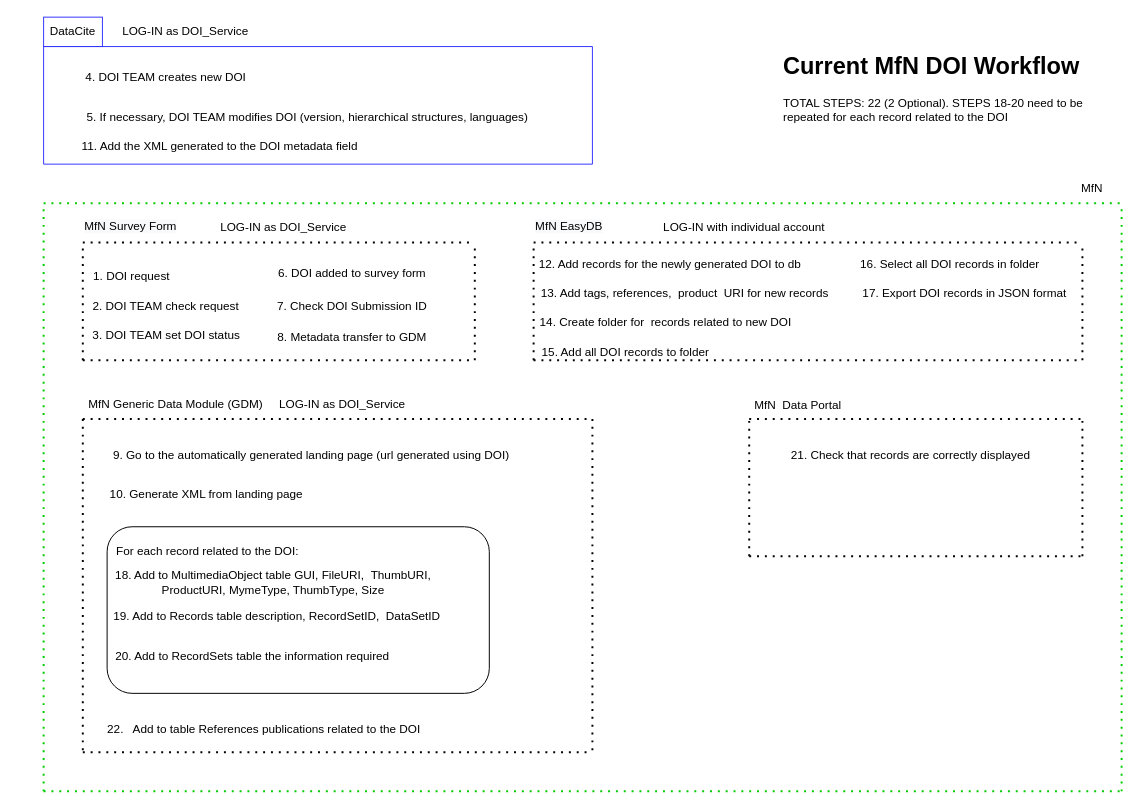
Earlier version of the draw.io diagram Untitled Diagram.drawio (GParolini/ruby_101). Source tidied: cells renumbered, new cells numbered last; positions are measured from the earlier drawing's top-left corner, leaving out a move shared by most shapes. Both pictures are drawn from the tidied source at 98%, with x=0, y=0 at pixel (43, 17).
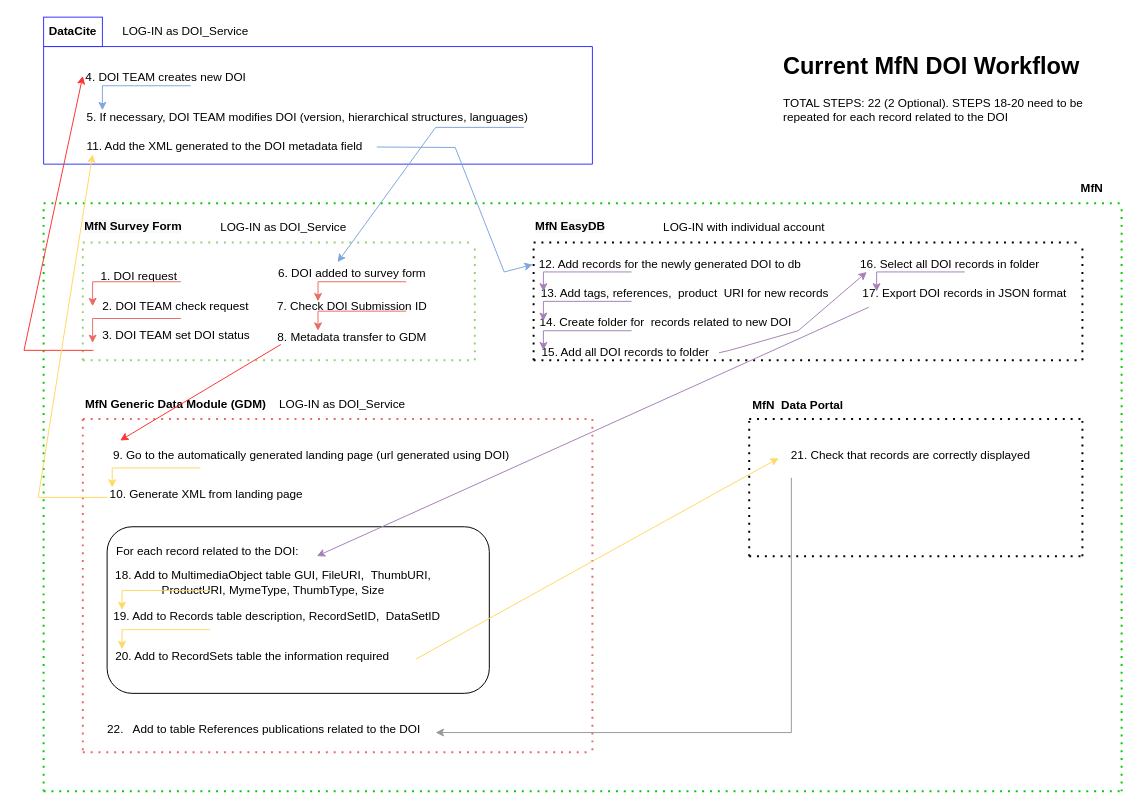
After the change.

The change refers to these unchanged cells:
```xml
<mxCell id="39" value="8. Metadata transfer to GDM" style="text;html=1;strokeColor=none;fillColor=none;align=center;verticalAlign=left;whiteSpace=wrap;rounded=0;" parent="1" vertex="1">
  <mxGeometry x="230" y="310" width="170" height="20" as="geometry" />
</mxCell>
<mxCell id="40" value="9. Go to the automatically generated landing page (url generated using DOI)&amp;nbsp;" style="text;html=1;strokeColor=none;fillColor=none;align=center;verticalAlign=left;whiteSpace=wrap;rounded=0;" parent="1" vertex="1">
  <mxGeometry x="60" y="430" width="430" height="20" as="geometry" />
</mxCell>
<mxCell id="43" value="12. Add records for the newly generated DOI to db" style="text;html=1;strokeColor=none;fillColor=none;align=center;verticalAlign=left;whiteSpace=wrap;rounded=0;" parent="1" vertex="1">
  <mxGeometry x="499" y="230" width="281" height="30" as="geometry" />
</mxCell>
<mxCell id="46" value="15. Add all DOI records to folder" style="text;html=1;strokeColor=none;fillColor=none;align=center;verticalAlign=left;whiteSpace=wrap;rounded=0;" parent="1" vertex="1">
  <mxGeometry x="499" y="320" width="190" height="30" as="geometry" />
</mxCell>
<mxCell id="48" value="17. Export DOI records in JSON format" style="text;html=1;strokeColor=none;fillColor=none;align=center;verticalAlign=left;whiteSpace=wrap;rounded=0;" parent="1" vertex="1">
  <mxGeometry x="800" y="260" width="280" height="30" as="geometry" />
</mxCell>
<mxCell id="51" value="18. Add to MultimediaObject table GUI, FileURI, &amp;nbsp;ThumbURI, ProductURI, MymeType, ThumbType, Size" style="text;html=1;strokeColor=none;fillColor=none;align=center;verticalAlign=left;whiteSpace=wrap;rounded=0;" parent="1" vertex="1">
  <mxGeometry x="40" y="550" width="389" height="40" as="geometry" />
</mxCell>
<mxCell id="53" value="20. Add to RecordSets table the information required&amp;nbsp;" style="text;html=1;strokeColor=none;fillColor=none;align=center;verticalAlign=left;whiteSpace=wrap;rounded=0;" parent="1" vertex="1">
  <mxGeometry x="50" y="625" width="330" height="40" as="geometry" />
</mxCell>
```

What changed in the source:
```diff
@@
-    <mxCell id="11" value="DataCite" style="text;html=1;strokeColor=#3333FF;fillColor=none;align=center;verticalAlign=middle;whiteSpace=wrap;rounded=0;" parent="1" vertex="1">
+    <mxCell id="11" value="&lt;b&gt;DataCite&lt;/b&gt;" style="text;html=1;strokeColor=#3333FF;fillColor=none;align=center;verticalAlign=middle;whiteSpace=wrap;rounded=0;" parent="1" vertex="1">
       <mxGeometry width="60" height="30" as="geometry" />
     </mxCell>
-    <mxCell id="12" value="MfN" style="text;html=1;strokeColor=none;fillColor=none;align=center;verticalAlign=middle;whiteSpace=wrap;rounded=0;" parent="1" vertex="1">
+    <mxCell id="12" value="&lt;b&gt;MfN&lt;/b&gt;" style="text;html=1;strokeColor=none;fillColor=none;align=center;verticalAlign=middle;whiteSpace=wrap;rounded=0;" parent="1" vertex="1">
       <mxGeometry x="1040" y="160" width="60" height="30" as="geometry" />
     </mxCell>
-    <mxCell id="13" style="endArrow=none;dashed=1;html=1;dashPattern=1 3;strokeWidth=2;rounded=0;" parent="1" edge="1">
+    <mxCell id="13" style="endArrow=none;dashed=1;html=1;dashPattern=1 3;strokeWidth=2;rounded=0;strokeColor=#97D077;" parent="1" edge="1">
       <mxGeometry relative="1" as="geometry">
         <mxPoint x="40" y="230" as="sourcePoint" />
         <mxPoint x="440" y="230" as="targetPoint" />
       </mxGeometry>
     </mxCell>
-    <mxCell id="14" style="endArrow=none;dashed=1;html=1;dashPattern=1 3;strokeWidth=2;rounded=0;" parent="1" edge="1">
+    <mxCell id="14" style="endArrow=none;dashed=1;html=1;dashPattern=1 3;strokeWidth=2;rounded=0;strokeColor=#97D077;" parent="1" edge="1">
       <mxGeometry relative="1" as="geometry">
         <mxPoint x="40" y="350" as="sourcePoint" />
         <mxPoint x="40" y="230" as="targetPoint" />
       </mxGeometry>
     </mxCell>
-    <mxCell id="15" style="endArrow=none;dashed=1;html=1;dashPattern=1 3;strokeWidth=2;rounded=0;" parent="1" edge="1">
+    <mxCell id="15" style="endArrow=none;dashed=1;html=1;dashPattern=1 3;strokeWidth=2;rounded=0;strokeColor=#97D077;" parent="1" edge="1">
       <mxGeometry relative="1" as="geometry">
         <mxPoint x="440" y="350" as="sourcePoint" />
         <mxPoint x="440" y="230" as="targetPoint" />
       </mxGeometry>
     </mxCell>
-    <mxCell id="16" style="endArrow=none;dashed=1;html=1;dashPattern=1 3;strokeWidth=2;rounded=0;" parent="1" edge="1">
+    <mxCell id="16" style="endArrow=none;dashed=1;html=1;dashPattern=1 3;strokeWidth=2;rounded=0;strokeColor=#97D077;" parent="1" edge="1">
       <mxGeometry relative="1" as="geometry">
         <mxPoint x="40" y="350" as="sourcePoint" />
         <mxPoint x="440" y="350" as="targetPoint" />
         <Array as="points">
           <mxPoint x="170" y="350" />
         </Array>
       </mxGeometry>
     </mxCell>
-    <mxCell id="17" value="&lt;span style=&quot;caret-color: rgb(0, 0, 0); color: rgb(0, 0, 0); font-family: Helvetica; font-size: 12px; font-style: normal; font-variant-caps: normal; font-weight: 400; letter-spacing: normal; text-align: center; text-indent: 0px; text-transform: none; word-spacing: 0px; -webkit-text-stroke-width: 0px; background-color: rgb(248, 249, 250); text-decoration: none; float: none; display: inline !important;&quot;&gt;MfN Survey Form&lt;/span&gt;" style="text;whiteSpace=wrap;html=1;" parent="1" vertex="1">
+    <mxCell id="17" value="&lt;span style=&quot;caret-color: rgb(0, 0, 0); color: rgb(0, 0, 0); font-family: Helvetica; font-size: 12px; font-style: normal; font-variant-caps: normal; letter-spacing: normal; text-align: center; text-indent: 0px; text-transform: none; word-spacing: 0px; -webkit-text-stroke-width: 0px; background-color: rgb(248, 249, 250); text-decoration: none; float: none; display: inline !important;&quot;&gt;&lt;b&gt;MfN Survey Form&lt;/b&gt;&lt;/span&gt;" style="text;whiteSpace=wrap;html=1;" parent="1" vertex="1">
       <mxGeometry x="40" y="200" width="130" height="40" as="geometry" />
     </mxCell>
-    <mxCell id="18" style="endArrow=none;dashed=1;html=1;dashPattern=1 3;strokeWidth=2;rounded=0;" parent="1" edge="1">
+    <mxCell id="18" style="endArrow=none;dashed=1;html=1;dashPattern=1 3;strokeWidth=2;rounded=0;strokeColor=#EA6B66;" parent="1" edge="1">
       <mxGeometry relative="1" as="geometry">
         <mxPoint x="40" y="410" as="sourcePoint" />
         <mxPoint x="560" y="410" as="targetPoint" />
       </mxGeometry>
     </mxCell>
-    <mxCell id="19" style="endArrow=none;dashed=1;html=1;dashPattern=1 3;strokeWidth=2;rounded=0;" parent="1" edge="1">
+    <mxCell id="19" style="endArrow=none;dashed=1;html=1;dashPattern=1 3;strokeWidth=2;rounded=0;strokeColor=#EA6B66;" parent="1" edge="1">
       <mxGeometry relative="1" as="geometry">
         <mxPoint x="40" y="410" as="sourcePoint" />
         <mxPoint x="40" y="750" as="targetPoint" />
       </mxGeometry>
     </mxCell>
-    <mxCell id="20" style="endArrow=none;dashed=1;html=1;dashPattern=1 3;strokeWidth=2;rounded=0;" parent="1" edge="1">
+    <mxCell id="20" style="endArrow=none;dashed=1;html=1;dashPattern=1 3;strokeWidth=2;rounded=0;strokeColor=#EA6B66;" parent="1" edge="1">
       <mxGeometry relative="1" as="geometry">
         <mxPoint x="40" y="750" as="sourcePoint" />
         <mxPoint x="560" y="750" as="targetPoint" />
       </mxGeometry>
     </mxCell>
-    <mxCell id="21" style="endArrow=none;dashed=1;html=1;dashPattern=1 3;strokeWidth=2;rounded=0;" parent="1" edge="1">
+    <mxCell id="21" style="endArrow=none;dashed=1;html=1;dashPattern=1 3;strokeWidth=2;rounded=0;strokeColor=#EA6B66;" parent="1" edge="1">
       <mxGeometry relative="1" as="geometry">
         <mxPoint x="560" y="410" as="sourcePoint" />
         <mxPoint x="560" y="750" as="targetPoint" />
       </mxGeometry>
     </mxCell>
-    <mxCell id="22" value="MfN Generic Data Module (GDM)" style="text;html=1;strokeColor=none;fillColor=none;align=center;verticalAlign=middle;whiteSpace=wrap;rounded=0;" parent="1" vertex="1">
+    <mxCell id="22" value="&lt;b&gt;MfN Generic Data Module (GDM)&lt;/b&gt;" style="text;html=1;strokeColor=none;fillColor=none;align=center;verticalAlign=middle;whiteSpace=wrap;rounded=0;" parent="1" vertex="1">
       <mxGeometry x="40" y="380" width="190" height="30" as="geometry" />
     </mxCell>
@@
-    <mxCell id="27" value="&lt;span style=&quot;caret-color: rgb(0, 0, 0); color: rgb(0, 0, 0); font-family: Helvetica; font-size: 12px; font-style: normal; font-variant-caps: normal; font-weight: 400; letter-spacing: normal; text-align: center; text-indent: 0px; text-transform: none; word-spacing: 0px; -webkit-text-stroke-width: 0px; background-color: rgb(248, 249, 250); text-decoration: none; float: none; display: inline !important;&quot;&gt;MfN EasyDB&lt;/span&gt;" style="text;whiteSpace=wrap;html=1;" parent="1" vertex="1">
+    <mxCell id="27" value="&lt;span style=&quot;caret-color: rgb(0, 0, 0); color: rgb(0, 0, 0); font-family: Helvetica; font-size: 12px; font-style: normal; font-variant-caps: normal; letter-spacing: normal; text-align: center; text-indent: 0px; text-transform: none; word-spacing: 0px; -webkit-text-stroke-width: 0px; background-color: rgb(248, 249, 250); text-decoration: none; float: none; display: inline !important;&quot;&gt;&lt;b&gt;MfN EasyDB&lt;/b&gt;&lt;/span&gt;" style="text;whiteSpace=wrap;html=1;" parent="1" vertex="1">
       <mxGeometry x="500" y="200" width="130" height="40" as="geometry" />
     </mxCell>
     <mxCell id="28" value="1. DOI request" style="text;html=1;strokeColor=none;fillColor=none;align=center;verticalAlign=middle;whiteSpace=wrap;rounded=0;" parent="1" vertex="1">
-      <mxGeometry x="20" y="250" width="140" height="30" as="geometry" />
+      <mxGeometry x="40" y="250" width="115" height="30" as="geometry" />
     </mxCell>
     <mxCell id="29" value="2. DOI TEAM check request" style="text;html=1;strokeColor=none;fillColor=none;align=center;verticalAlign=middle;whiteSpace=wrap;rounded=0;" parent="1" vertex="1">
-      <mxGeometry x="40" y="280" width="170" height="30" as="geometry" />
+      <mxGeometry x="50" y="280" width="170" height="30" as="geometry" />
     </mxCell>
     <mxCell id="30" value="3. DOI TEAM set DOI status" style="text;html=1;strokeColor=none;fillColor=none;align=center;verticalAlign=middle;whiteSpace=wrap;rounded=0;" parent="1" vertex="1">
-      <mxGeometry x="41" y="310" width="169" height="30" as="geometry" />
+      <mxGeometry x="51" y="310" width="169" height="30" as="geometry" />
     </mxCell>
@@
+    <mxCell id="62" style="edgeStyle=none;rounded=0;jettySize=auto;html=1;strokeColor=#FF3333;entryX=0.042;entryY=0.1;entryDx=0;entryDy=0;entryPerimeter=0;exitX=0.071;exitY=1.2;exitDx=0;exitDy=0;exitPerimeter=0;" parent="1" edge="1" source="39" target="40">
+      <mxGeometry relative="1" as="geometry" />
+    </mxCell>
@@
     <mxCell id="42" value="11. Add the XML generated to the DOI metadata field" style="text;html=1;strokeColor=none;fillColor=none;align=center;verticalAlign=left;whiteSpace=wrap;rounded=0;" parent="1" vertex="1">
-      <mxGeometry x="30" y="110" width="300" height="30" as="geometry" />
+      <mxGeometry x="30" y="110" width="310" height="30" as="geometry" />
     </mxCell>
@@
-    <mxCell id="58" value="MfN &amp;nbsp;Data Portal" style="text;html=1;strokeColor=none;fillColor=none;align=center;verticalAlign=left;whiteSpace=wrap;rounded=0;" parent="1" vertex="1">
+    <mxCell id="58" value="&lt;b&gt;MfN &amp;nbsp;Data Portal&lt;/b&gt;" style="text;html=1;strokeColor=none;fillColor=none;align=center;verticalAlign=left;whiteSpace=wrap;rounded=0;" parent="1" vertex="1">
       <mxGeometry x="710" y="374" width="120" height="30" as="geometry" />
     </mxCell>
@@
+    <mxCell id="63" style="endArrow=classic;html=1;rounded=0;strokeColor=#EA6B66;entryX=0;entryY=0.5;entryDx=0;entryDy=0;" parent="1" edge="1" target="29">
+      <mxGeometry relative="1" as="geometry">
+        <mxPoint x="140" y="270" as="sourcePoint" />
+        <Array as="points">
+          <mxPoint x="140" y="270" />
+          <mxPoint x="50" y="270" />
+        </Array>
+      </mxGeometry>
+    </mxCell>
+    <mxCell id="64" style="endArrow=classic;html=1;rounded=0;strokeColor=#EA6B66;entryX=0;entryY=0.5;entryDx=0;entryDy=0;" parent="1" edge="1">
+      <mxGeometry relative="1" as="geometry">
+        <mxPoint x="140" y="307.5" as="sourcePoint" />
+        <mxPoint x="50" y="332.5" as="targetPoint" />
+        <Array as="points">
+          <mxPoint x="140" y="307.5" />
+          <mxPoint x="50" y="307.5" />
+        </Array>
+      </mxGeometry>
+    </mxCell>
+    <mxCell id="65" style="endArrow=classic;html=1;rounded=0;strokeColor=#FF3333;exitX=0;exitY=1;exitDx=0;exitDy=0;" parent="1" edge="1" source="30">
+      <mxGeometry relative="1" as="geometry">
+        <mxPoint x="40" y="60" as="targetPoint" />
+        <Array as="points">
+          <mxPoint x="50" y="340" />
+          <mxPoint x="-20" y="340" />
+        </Array>
+      </mxGeometry>
+    </mxCell>
+    <mxCell id="66" style="endArrow=classic;html=1;rounded=0;strokeColor=#7EA6E0;entryX=0;entryY=0.5;entryDx=0;entryDy=0;" parent="1" edge="1">
+      <mxGeometry relative="1" as="geometry">
+        <mxPoint x="150" y="70" as="sourcePoint" />
+        <mxPoint x="60" y="95" as="targetPoint" />
+        <Array as="points">
+          <mxPoint x="150" y="70" />
+          <mxPoint x="60" y="70" />
+        </Array>
+      </mxGeometry>
+    </mxCell>
+    <mxCell id="67" style="endArrow=classic;html=1;rounded=0;strokeColor=#7EA6E0;" parent="1" edge="1">
+      <mxGeometry relative="1" as="geometry">
+        <mxPoint x="490" y="112.5" as="sourcePoint" />
+        <mxPoint x="300" y="250" as="targetPoint" />
+        <Array as="points">
+          <mxPoint x="490" y="112.5" />
+          <mxPoint x="400" y="112.5" />
+          <mxPoint x="300" y="250" />
+        </Array>
+      </mxGeometry>
+    </mxCell>
+    <mxCell id="68" style="endArrow=classic;html=1;rounded=0;strokeColor=#EA6B66;" parent="1" edge="1">
+      <mxGeometry relative="1" as="geometry">
+        <mxPoint x="370" y="270" as="sourcePoint" />
+        <mxPoint x="280" y="290" as="targetPoint" />
+        <Array as="points">
+          <mxPoint x="370" y="270" />
+          <mxPoint x="280" y="270" />
+        </Array>
+      </mxGeometry>
+    </mxCell>
+    <mxCell id="69" style="endArrow=classic;html=1;rounded=0;strokeColor=#EA6B66;" parent="1" edge="1">
+      <mxGeometry relative="1" as="geometry">
+        <mxPoint x="370" y="300" as="sourcePoint" />
+        <mxPoint x="280" y="320" as="targetPoint" />
+        <Array as="points">
+          <mxPoint x="370" y="300" />
+          <mxPoint x="280" y="300" />
+        </Array>
+      </mxGeometry>
+    </mxCell>
+    <mxCell id="70" style="endArrow=classic;html=1;rounded=0;strokeColor=#FFD966;" parent="1" edge="1">
+      <mxGeometry relative="1" as="geometry">
+        <mxPoint x="160" y="460" as="sourcePoint" />
+        <mxPoint x="70" y="480" as="targetPoint" />
+        <Array as="points">
+          <mxPoint x="160" y="460" />
+          <mxPoint x="70" y="460" />
+        </Array>
+      </mxGeometry>
+    </mxCell>
+    <mxCell id="71" style="endArrow=classic;html=1;rounded=0;strokeColor=#FFD966;exitX=0;exitY=1;exitDx=0;exitDy=0;" parent="1" edge="1">
+      <mxGeometry relative="1" as="geometry">
+        <mxPoint x="65.5" y="490" as="sourcePoint" />
+        <mxPoint x="50" y="140" as="targetPoint" />
+        <Array as="points">
+          <mxPoint x="64.5" y="490" />
+          <mxPoint x="-5.5" y="490" />
+        </Array>
+      </mxGeometry>
+    </mxCell>
+    <mxCell id="72" style="endArrow=classic;html=1;rounded=0;strokeColor=#7EA6E0;exitX=1;exitY=0.75;exitDx=0;exitDy=0;entryX=0;entryY=0.75;entryDx=0;entryDy=0;" parent="1" edge="1" source="42" target="43">
+      <mxGeometry relative="1" as="geometry">
+        <Array as="points">
+          <mxPoint x="420" y="133" />
+          <mxPoint x="470" y="260" />
+        </Array>
+      </mxGeometry>
+    </mxCell>
+    <mxCell id="73" style="edgeStyle=none;rounded=0;orthogonalLoop=1;jettySize=auto;html=1;exitX=0;exitY=0.5;exitDx=0;exitDy=0;strokeColor=#FFD966;" parent="1" edge="1" source="43" target="43">
+      <mxGeometry relative="1" as="geometry" />
+    </mxCell>
+    <mxCell id="74" style="endArrow=classic;html=1;rounded=0;strokeColor=#A680B8;" parent="1" edge="1">
+      <mxGeometry relative="1" as="geometry">
+        <mxPoint x="600" y="260" as="sourcePoint" />
+        <mxPoint x="510" y="280" as="targetPoint" />
+        <Array as="points">
+          <mxPoint x="600" y="260" />
+          <mxPoint x="510" y="260" />
+        </Array>
+      </mxGeometry>
+    </mxCell>
+    <mxCell id="75" style="endArrow=classic;html=1;rounded=0;strokeColor=#A680B8;" parent="1" edge="1">
+      <mxGeometry relative="1" as="geometry">
+        <mxPoint x="600" y="320" as="sourcePoint" />
+        <mxPoint x="510" y="340" as="targetPoint" />
+        <Array as="points">
+          <mxPoint x="600" y="320" />
+          <mxPoint x="510" y="320" />
+        </Array>
+      </mxGeometry>
+    </mxCell>
+    <mxCell id="76" style="endArrow=classic;html=1;rounded=0;strokeColor=#A680B8;" parent="1" edge="1">
+      <mxGeometry relative="1" as="geometry">
+        <mxPoint x="600" y="290" as="sourcePoint" />
+        <mxPoint x="510" y="310" as="targetPoint" />
+        <Array as="points">
+          <mxPoint x="600" y="290" />
+          <mxPoint x="510" y="290" />
+        </Array>
+      </mxGeometry>
+    </mxCell>
+    <mxCell id="77" style="endArrow=classic;html=1;rounded=0;strokeColor=#A680B8;exitX=1;exitY=0.75;exitDx=0;exitDy=0;" parent="1" edge="1" source="46">
+      <mxGeometry relative="1" as="geometry">
+        <mxPoint x="840" y="260" as="targetPoint" />
+        <Array as="points">
+          <mxPoint x="700" y="340" />
+          <mxPoint x="770" y="320" />
+        </Array>
+      </mxGeometry>
+    </mxCell>
+    <mxCell id="78" style="endArrow=classic;html=1;rounded=0;strokeColor=#A680B8;" parent="1" edge="1">
+      <mxGeometry relative="1" as="geometry">
+        <mxPoint x="940" y="260" as="sourcePoint" />
+        <mxPoint x="850" y="280" as="targetPoint" />
+        <Array as="points">
+          <mxPoint x="940" y="260" />
+          <mxPoint x="850" y="260" />
+        </Array>
+      </mxGeometry>
+    </mxCell>
+    <mxCell id="79" style="endArrow=classic;html=1;rounded=0;strokeColor=#A680B8;exitX=0.15;exitY=1.2;exitDx=0;exitDy=0;exitPerimeter=0;" parent="1" edge="1" source="48" target="51">
+      <mxGeometry relative="1" as="geometry" />
+    </mxCell>
+    <mxCell id="80" style="endArrow=classic;html=1;rounded=0;strokeColor=#FFD966;" parent="1" edge="1">
+      <mxGeometry relative="1" as="geometry">
+        <mxPoint x="170" y="585" as="sourcePoint" />
+        <mxPoint x="80" y="605" as="targetPoint" />
+        <Array as="points">
+          <mxPoint x="110" y="585" />
+          <mxPoint x="80" y="585" />
+        </Array>
+      </mxGeometry>
+    </mxCell>
+    <mxCell id="81" style="endArrow=classic;html=1;rounded=0;strokeColor=#FFD966;" parent="1" edge="1">
+      <mxGeometry relative="1" as="geometry">
+        <mxPoint x="170" y="625" as="sourcePoint" />
+        <mxPoint x="80" y="645" as="targetPoint" />
+        <Array as="points">
+          <mxPoint x="170" y="625" />
+          <mxPoint x="80" y="625" />
+        </Array>
+      </mxGeometry>
+    </mxCell>
+    <mxCell id="82" style="endArrow=classic;html=1;rounded=0;strokeColor=#FFD966;exitX=1;exitY=0.75;exitDx=0;exitDy=0;" parent="1" edge="1" source="53">
+      <mxGeometry relative="1" as="geometry">
+        <mxPoint x="750" y="450" as="targetPoint" />
+      </mxGeometry>
+    </mxCell>
+    <mxCell id="83" style="endArrow=classic;html=1;rounded=0;strokeColor=#999999;" parent="1" edge="1">
+      <mxGeometry relative="1" as="geometry">
+        <mxPoint x="763" y="470" as="sourcePoint" />
+        <mxPoint x="400" y="730" as="targetPoint" />
+        <Array as="points">
+          <mxPoint x="763" y="730" />
+        </Array>
+      </mxGeometry>
+    </mxCell>
```
